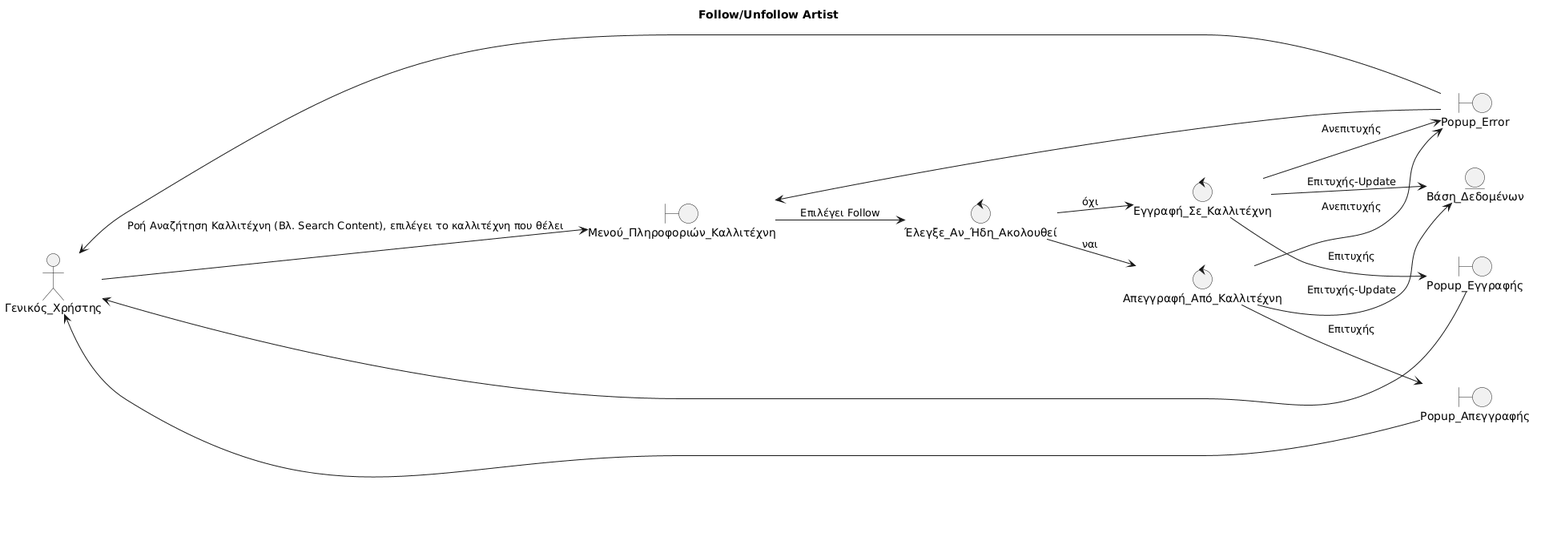
The PlantUML diagram Paradoteo_3/RobustnessDiagrams/FollowUnfollowArtist.png in RubenKingCP/Namify, before a commit.
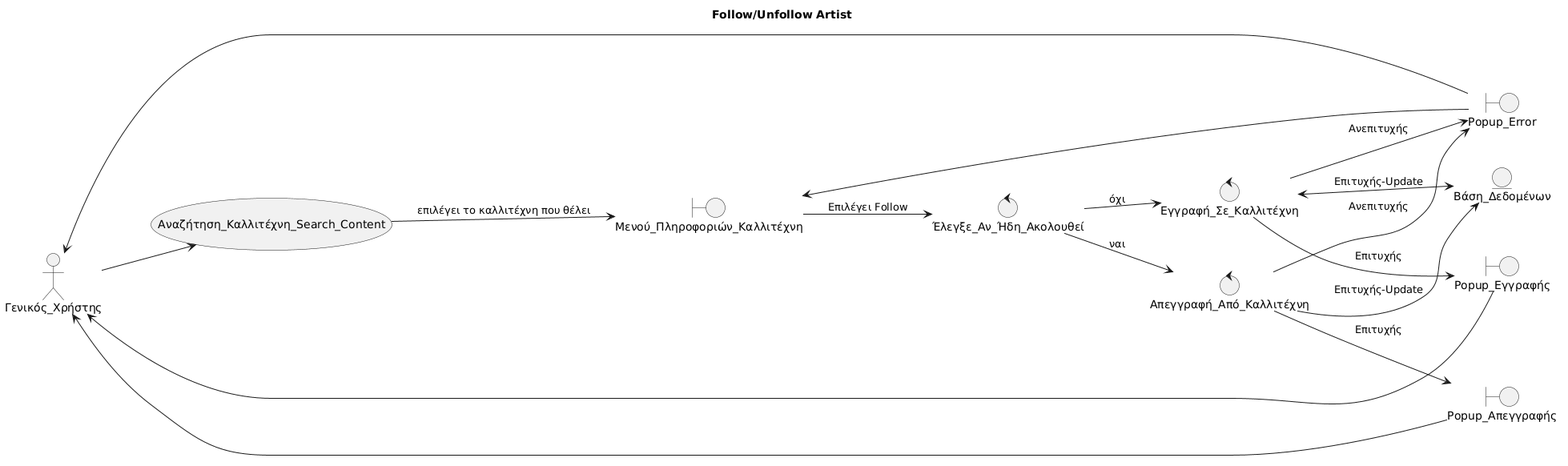
Later version of the same file.

What changed in the source:
```diff
@@ -24,12 +24,17 @@
 entity Βάση_Δεδομένων
 
 
-Γενικός_Χρήστης --> Μενού_Πληροφοριών_Καλλιτέχνη: Ροή Αναζήτηση Καλλιτέχνη (Βλ. Search Content), επιλέγει το καλλιτέχνη που θέλει
+usecase Αναζήτηση_Καλλιτέχνη_Search_Content
+
+
+
+Γενικός_Χρήστης --> Αναζήτηση_Καλλιτέχνη_Search_Content
+Αναζήτηση_Καλλιτέχνη_Search_Content --> Μενού_Πληροφοριών_Καλλιτέχνη: επιλέγει το καλλιτέχνη που θέλει
 Μενού_Πληροφοριών_Καλλιτέχνη --> Έλεγξε_Αν_Ήδη_Ακολουθεί : Επιλέγει Follow
 Έλεγξε_Αν_Ήδη_Ακολουθεί --> Απεγγραφή_Από_Καλλιτέχνη : ναι
 Έλεγξε_Αν_Ήδη_Ακολουθεί --> Εγγραφή_Σε_Καλλιτέχνη : όχι
 Απεγγραφή_Από_Καλλιτέχνη --> Βάση_Δεδομένων : Επιτυχής-Update
-Εγγραφή_Σε_Καλλιτέχνη --> Βάση_Δεδομένων : Επιτυχής-Update
+Εγγραφή_Σε_Καλλιτέχνη <--> Βάση_Δεδομένων : Επιτυχής-Update
 Εγγραφή_Σε_Καλλιτέχνη --> Popup_Εγγραφής : Επιτυχής
 Απεγγραφή_Από_Καλλιτέχνη --> Popup_Απεγγραφής : Επιτυχής
 Εγγραφή_Σε_Καλλιτέχνη --> Popup_Error : Ανεπιτυχής
```
